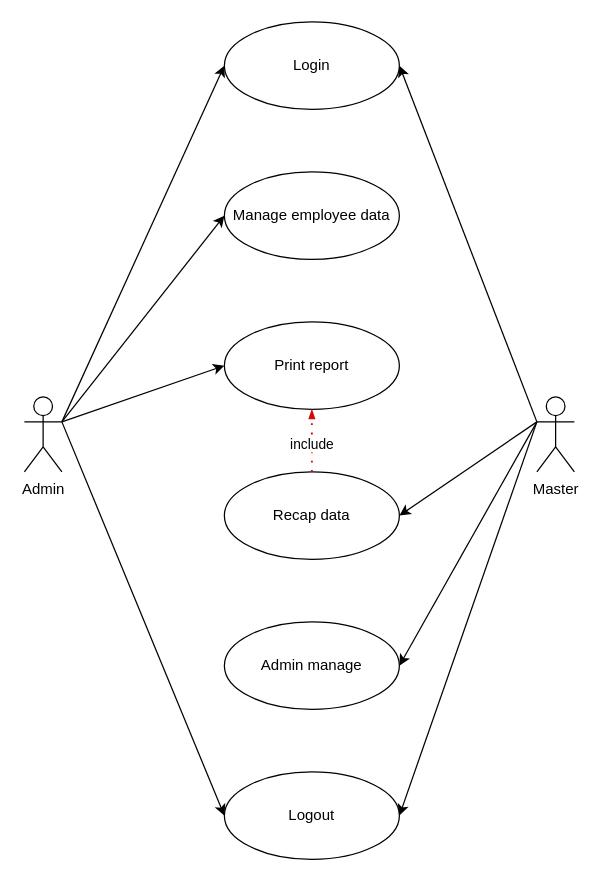
dzikfr/aplikasi-absensi-baharkam-2024 keeps this draw.io diagram as useCase.drawio. Above is the earlier version. Source tidied: cells renumbered, new cells numbered last; positions are measured from the earlier drawing's top-left corner, leaving out a move shared by most shapes. Both pictures are drawn from the tidied source at 125%, with x=0, y=0 at pixel (24, 21).
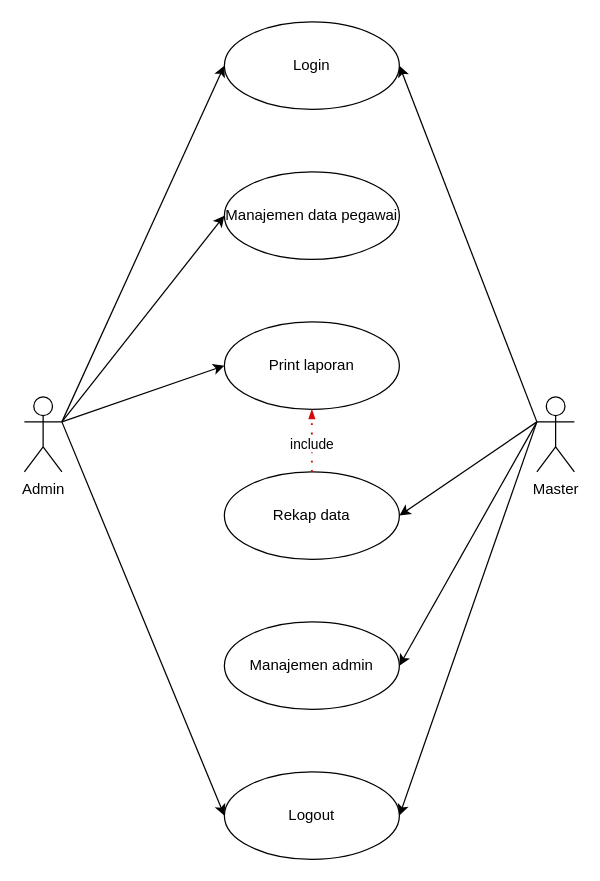
Above is the later version.

Diff of the diagram source:
```diff
@@
 <mxGraphModel>
   <root>
     <mxCell id="0" />
     <mxCell id="1" parent="0" />
     <mxCell id="2" style="rounded=0;jettySize=auto;html=1;exitX=1;exitY=0.3333333333333333;exitDx=0;exitDy=0;exitPerimeter=0;entryX=0;entryY=0.5;entryDx=0;entryDy=0;" parent="1" edge="1" source="6" target="12">
       <mxGeometry relative="1" as="geometry" />
     </mxCell>
     <mxCell id="3" style="rounded=0;jettySize=auto;html=1;exitX=1;exitY=0.3333333333333333;exitDx=0;exitDy=0;exitPerimeter=0;entryX=0;entryY=0.5;entryDx=0;entryDy=0;" parent="1" edge="1" source="6" target="13">
       <mxGeometry relative="1" as="geometry" />
     </mxCell>
     <mxCell id="4" style="rounded=0;jettySize=auto;html=1;exitX=1;exitY=0.3333333333333333;exitDx=0;exitDy=0;exitPerimeter=0;entryX=0;entryY=0.5;entryDx=0;entryDy=0;" parent="1" edge="1" source="6" target="16">
       <mxGeometry relative="1" as="geometry" />
     </mxCell>
     <mxCell id="5" style="rounded=0;jettySize=auto;html=1;exitX=1;exitY=0.3333333333333333;exitDx=0;exitDy=0;exitPerimeter=0;entryX=0;entryY=0.5;entryDx=0;entryDy=0;" parent="1" edge="1" source="6" target="14">
       <mxGeometry relative="1" as="geometry" />
     </mxCell>
     <mxCell id="6" value="Admin" style="shape=umlActor;verticalLabelPosition=bottom;verticalAlign=top;html=1;outlineConnect=0;" parent="1" vertex="1">
       <mxGeometry y="300" width="30" height="60" as="geometry" />
     </mxCell>
     <mxCell id="7" style="rounded=0;jettySize=auto;html=1;exitX=0;exitY=0.3333333333333333;exitDx=0;exitDy=0;exitPerimeter=0;entryX=1;entryY=0.5;entryDx=0;entryDy=0;" parent="1" edge="1" source="11" target="12">
       <mxGeometry relative="1" as="geometry" />
     </mxCell>
     <mxCell id="8" style="rounded=0;jettySize=auto;html=1;exitX=0;exitY=0.3333333333333333;exitDx=0;exitDy=0;exitPerimeter=0;entryX=1;entryY=0.5;entryDx=0;entryDy=0;" parent="1" edge="1" source="11" target="16">
       <mxGeometry relative="1" as="geometry" />
     </mxCell>
     <mxCell id="9" style="rounded=0;jettySize=auto;html=1;exitX=0;exitY=0.3333333333333333;exitDx=0;exitDy=0;exitPerimeter=0;entryX=1;entryY=0.5;entryDx=0;entryDy=0;" parent="1" edge="1" source="11" target="15">
       <mxGeometry relative="1" as="geometry" />
     </mxCell>
     <mxCell id="10" style="rounded=0;jettySize=auto;html=1;exitX=0;exitY=0.3333333333333333;exitDx=0;exitDy=0;exitPerimeter=0;entryX=1;entryY=0.5;entryDx=0;entryDy=0;" parent="1" edge="1" source="11" target="19">
       <mxGeometry relative="1" as="geometry" />
     </mxCell>
     <mxCell id="11" value="Master" style="shape=umlActor;verticalLabelPosition=bottom;verticalAlign=top;html=1;outlineConnect=0;" parent="1" vertex="1">
       <mxGeometry x="410" y="300" width="30" height="60" as="geometry" />
     </mxCell>
     <mxCell id="12" value="Login" style="ellipse;whiteSpace=wrap;html=1;" parent="1" vertex="1">
       <mxGeometry x="160" width="140" height="70" as="geometry" />
     </mxCell>
-    <mxCell id="13" value="Manage employee data" style="ellipse;whiteSpace=wrap;html=1;" parent="1" vertex="1">
+    <mxCell id="13" value="Manajemen data pegawai" style="ellipse;whiteSpace=wrap;html=1;" parent="1" vertex="1">
       <mxGeometry x="160" y="120" width="140" height="70" as="geometry" />
     </mxCell>
-    <mxCell id="14" value="Print report" style="ellipse;whiteSpace=wrap;html=1;" parent="1" vertex="1">
+    <mxCell id="14" value="Print laporan" style="ellipse;whiteSpace=wrap;html=1;" parent="1" vertex="1">
       <mxGeometry x="160" y="240" width="140" height="70" as="geometry" />
     </mxCell>
-    <mxCell id="15" value="Recap data" style="ellipse;whiteSpace=wrap;html=1;" parent="1" vertex="1">
+    <mxCell id="15" value="Rekap data" style="ellipse;whiteSpace=wrap;html=1;" parent="1" vertex="1">
       <mxGeometry x="160" y="360" width="140" height="70" as="geometry" />
     </mxCell>
     <mxCell id="16" value="Logout" style="ellipse;whiteSpace=wrap;html=1;" parent="1" vertex="1">
       <mxGeometry x="160" y="600" width="140" height="70" as="geometry" />
     </mxCell>
     <mxCell id="17" style="endArrow=blockThin;html=1;strokeColor=#d20a0a;rounded=0;endFill=1;endSize=4;startArrow=none;startFill=0;startSize=4;jumpStyle=none;jumpSize=0;targetPerimeterSpacing=15;dashed=1;strokeWidth=1.5;dashPattern=1 4;exitX=0.5;exitY=0;exitDx=0;exitDy=0;entryX=0.5;entryY=1;entryDx=0;entryDy=0;" parent="1" edge="1" source="15" target="14">
       <mxGeometry relative="1" as="geometry" />
     </mxCell>
     <mxCell id="18" value="include" style="edgeLabel;html=1;align=center;verticalAlign=middle;" parent="17" vertex="1">
       <mxGeometry x="-0.09" y="1" relative="1" as="geometry" />
     </mxCell>
-    <mxCell id="19" value="Admin manage" style="ellipse;whiteSpace=wrap;html=1;" parent="1" vertex="1">
+    <mxCell id="19" value="Manajemen admin" style="ellipse;whiteSpace=wrap;html=1;" parent="1" vertex="1">
       <mxGeometry x="160" y="480" width="140" height="70" as="geometry" />
     </mxCell>
   </root>
 </mxGraphModel>
```
